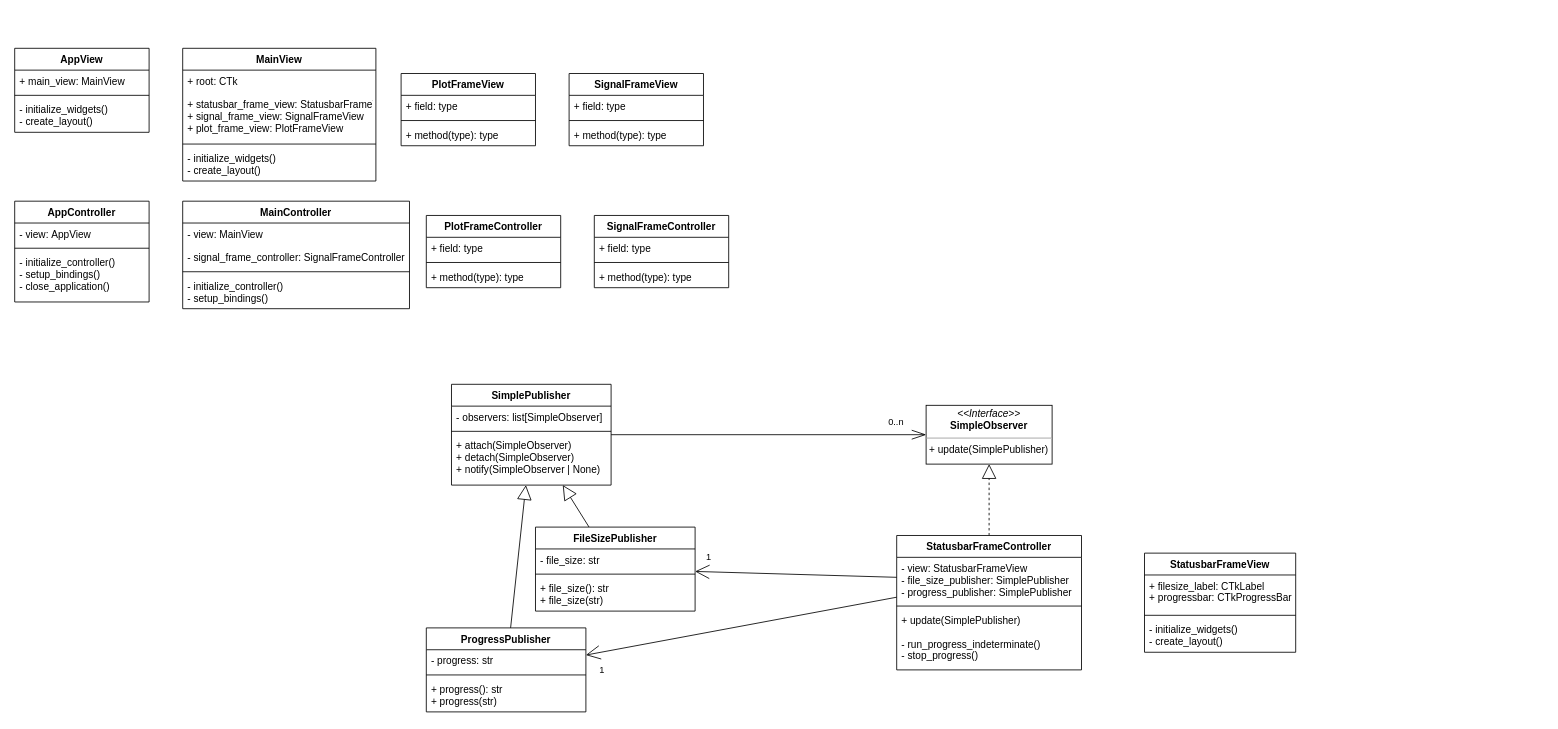
Above: UML.drawio in SamerKharabish/CSVision (draw.io), before the change. Source tidied: cells renumbered, new cells numbered last; positions are measured from the earlier drawing's top-left corner, leaving out a move shared by most shapes. Both pictures are drawn from the tidied source at 84%, with x=0, y=0 at pixel (14, 48).
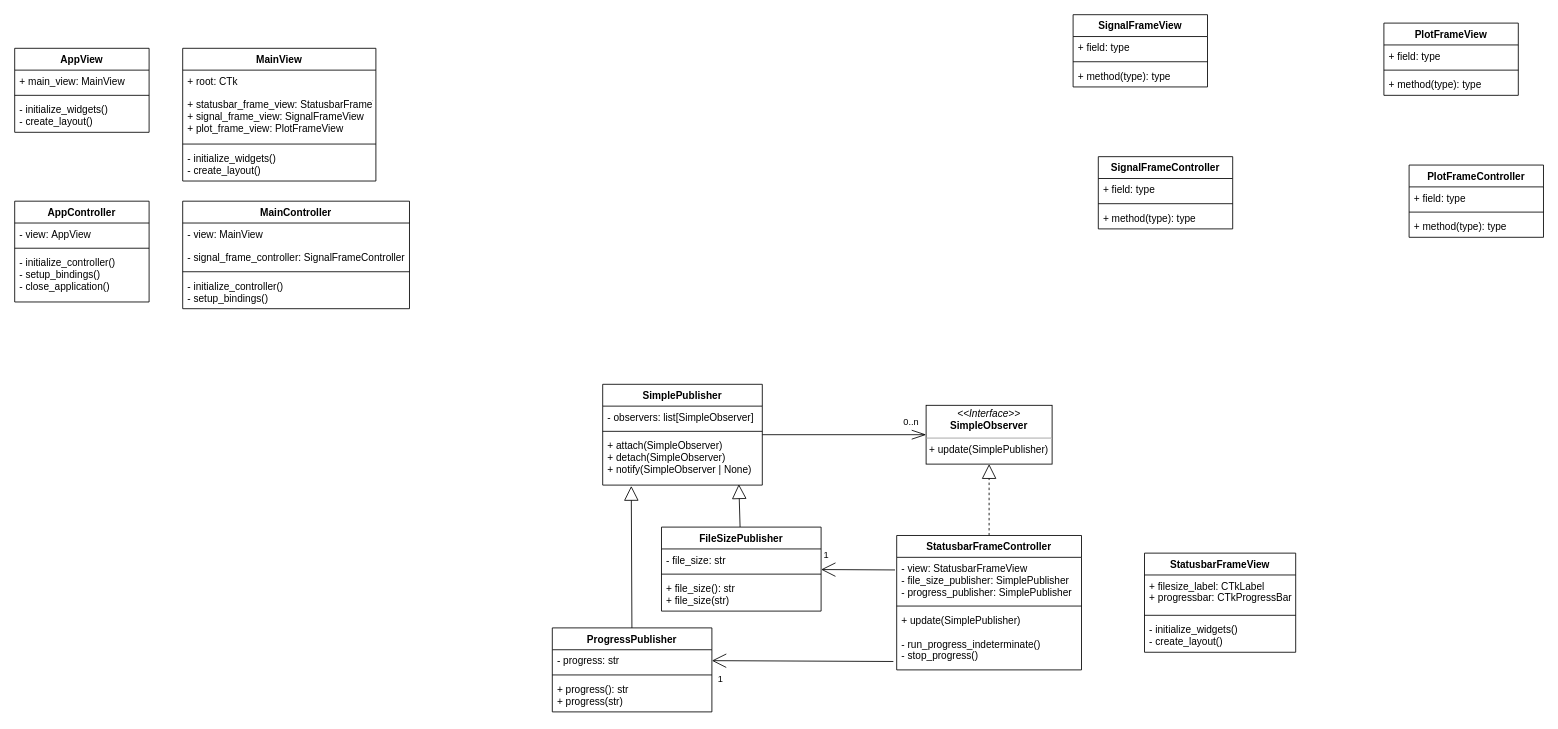
The same page after the edit.

The change refers to these unchanged cells:
```xml
<mxCell id="16" value="- view: StatusbarFrameView&#10;- file_size_publisher: SimplePublisher&#10;- progress_publisher: SimplePublisher" style="text;strokeColor=none;fillColor=none;align=left;verticalAlign=top;spacingLeft=4;spacingRight=4;overflow=hidden;points=[[0,0.5],[1,0.5]];portConstraint=eastwest;rounded=0;" parent="15" vertex="1">
  <mxGeometry y="26" width="220" height="54" as="geometry" />
</mxCell>
<mxCell id="18" value="+ update(SimplePublisher)&#10;&#10;- run_progress_indeterminate()&#10;- stop_progress()" style="text;strokeColor=none;fillColor=none;align=left;verticalAlign=top;spacingLeft=4;spacingRight=4;overflow=hidden;points=[[0,0.5],[1,0.5]];portConstraint=eastwest;rounded=0;" parent="15" vertex="1">
  <mxGeometry y="88" width="220" height="72" as="geometry" />
</mxCell>
<mxCell id="48" value="+ attach(SimpleObserver)&#10;+ detach(SimpleObserver)&#10;+ notify(SimpleObserver | None)" style="text;strokeColor=none;fillColor=none;align=left;verticalAlign=top;spacingLeft=4;spacingRight=4;overflow=hidden;points=[[0,0.5],[1,0.5]];portConstraint=eastwest;rounded=0;" parent="45" vertex="1">
  <mxGeometry y="60" width="190" height="60" as="geometry" />
</mxCell>
<mxCell id="52" value="- progress: str" style="text;strokeColor=none;fillColor=none;align=left;verticalAlign=top;spacingLeft=4;spacingRight=4;overflow=hidden;points=[[0,0.5],[1,0.5]];portConstraint=eastwest;rounded=0;" parent="51" vertex="1">
  <mxGeometry y="26" width="190" height="26" as="geometry" />
</mxCell>
```

Change to the diagram source:
```diff
@@
     <mxCell id="6" value="PlotFrameController" style="swimlane;fontStyle=1;align=center;verticalAlign=top;horizontal=1;startSize=26;rounded=0;" parent="1" vertex="1">
-      <mxGeometry x="490" y="199" width="160" height="86" as="geometry" />
+      <mxGeometry x="1660" y="139" width="160" height="86" as="geometry" />
     </mxCell>
@@
     <mxCell id="10" value="SignalFrameController" style="swimlane;fontStyle=1;align=center;verticalAlign=top;horizontal=1;startSize=26;rounded=0;" parent="1" vertex="1">
-      <mxGeometry x="690" y="199" width="160" height="86" as="geometry" />
+      <mxGeometry x="1290" y="129" width="160" height="86" as="geometry" />
     </mxCell>
@@
     <mxCell id="23" value="PlotFrameView" style="swimlane;fontStyle=1;align=center;verticalAlign=top;horizontal=1;startSize=26;rounded=0;" parent="1" vertex="1">
-      <mxGeometry x="460" y="30" width="160" height="86" as="geometry" />
+      <mxGeometry x="1630" y="-30" width="160" height="86" as="geometry" />
     </mxCell>
@@
     <mxCell id="27" value="SignalFrameView" style="swimlane;fontStyle=1;align=center;verticalAlign=top;horizontal=1;startSize=26;rounded=0;" parent="1" vertex="1">
-      <mxGeometry x="660" y="30" width="160" height="86" as="geometry" />
+      <mxGeometry x="1260" y="-40" width="160" height="86" as="geometry" />
     </mxCell>
@@
     <mxCell id="45" value="SimplePublisher" style="swimlane;fontStyle=1;align=center;verticalAlign=top;horizontal=1;startSize=26;rounded=0;" parent="1" vertex="1">
-      <mxGeometry x="520" y="400" width="190" height="120" as="geometry" />
+      <mxGeometry x="700" y="400" width="190" height="120" as="geometry" />
     </mxCell>
@@
-    <mxCell id="50" style="edgeStyle=none;html=1;endArrow=block;endFill=0;endSize=15;" parent="1" edge="1" source="51" target="45">
+    <mxCell id="50" style="edgeStyle=none;html=1;endArrow=block;endFill=0;endSize=15;entryX=0.179;entryY=1.017;entryDx=0;entryDy=0;entryPerimeter=0;" parent="1" edge="1" source="51" target="48">
       <mxGeometry relative="1" as="geometry" />
     </mxCell>
     <mxCell id="51" value="ProgressPublisher" style="swimlane;fontStyle=1;align=center;verticalAlign=top;horizontal=1;startSize=26;rounded=0;" parent="1" vertex="1">
-      <mxGeometry x="490" y="690" width="190" height="100" as="geometry" />
+      <mxGeometry x="640" y="690" width="190" height="100" as="geometry" />
     </mxCell>
@@
-    <mxCell id="55" style="edgeStyle=none;html=1;endArrow=block;endFill=0;endSize=15;" parent="1" edge="1" source="56" target="45">
+    <mxCell id="55" style="edgeStyle=none;html=1;endArrow=block;endFill=0;endSize=15;entryX=0.853;entryY=0.983;entryDx=0;entryDy=0;entryPerimeter=0;" parent="1" edge="1" source="56" target="48">
       <mxGeometry relative="1" as="geometry" />
     </mxCell>
     <mxCell id="56" value="FileSizePublisher" style="swimlane;fontStyle=1;align=center;verticalAlign=top;horizontal=1;startSize=26;rounded=0;" parent="1" vertex="1">
-      <mxGeometry x="620" y="570" width="190" height="100" as="geometry" />
+      <mxGeometry x="770" y="570" width="190" height="100" as="geometry" />
     </mxCell>
@@
-    <mxCell id="60" style="edgeStyle=none;html=1;endArrow=open;endFill=0;endSize=15;" parent="1" edge="1" source="16" target="56">
+    <mxCell id="60" style="edgeStyle=none;html=1;endArrow=open;endFill=0;endSize=15;exitX=-0.009;exitY=0.278;exitDx=0;exitDy=0;exitPerimeter=0;" parent="1" edge="1" source="16" target="56">
       <mxGeometry relative="1" as="geometry" />
     </mxCell>
@@
-    <mxCell id="62" style="edgeStyle=none;html=1;endArrow=open;endFill=0;endSize=15;" parent="1" edge="1" source="16" target="51">
+    <mxCell id="62" style="edgeStyle=none;html=1;endArrow=open;endFill=0;endSize=15;exitX=-0.018;exitY=0.861;exitDx=0;exitDy=0;exitPerimeter=0;entryX=1;entryY=0.5;entryDx=0;entryDy=0;" parent="1" edge="1" source="18" target="52">
       <mxGeometry relative="1" as="geometry" />
     </mxCell>
```
